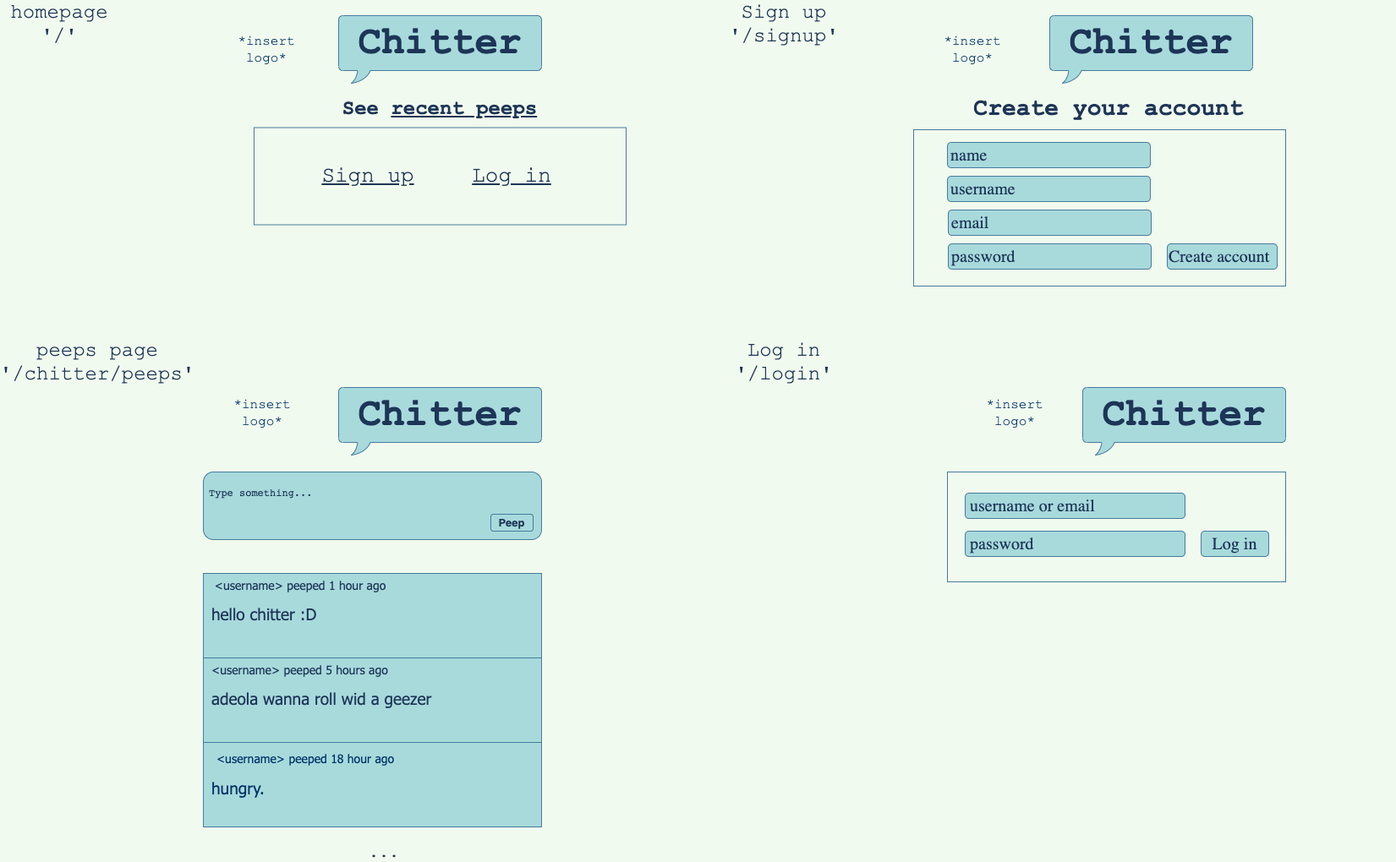
This is images/chitter.png from dfa-projects/chitter-challenge, a draw.io export, as it was before one commit. Source tidied: cells renumbered, new cells last; positions are measured from the earlier drawing's top-left corner, leaving out a move shared by most shapes.
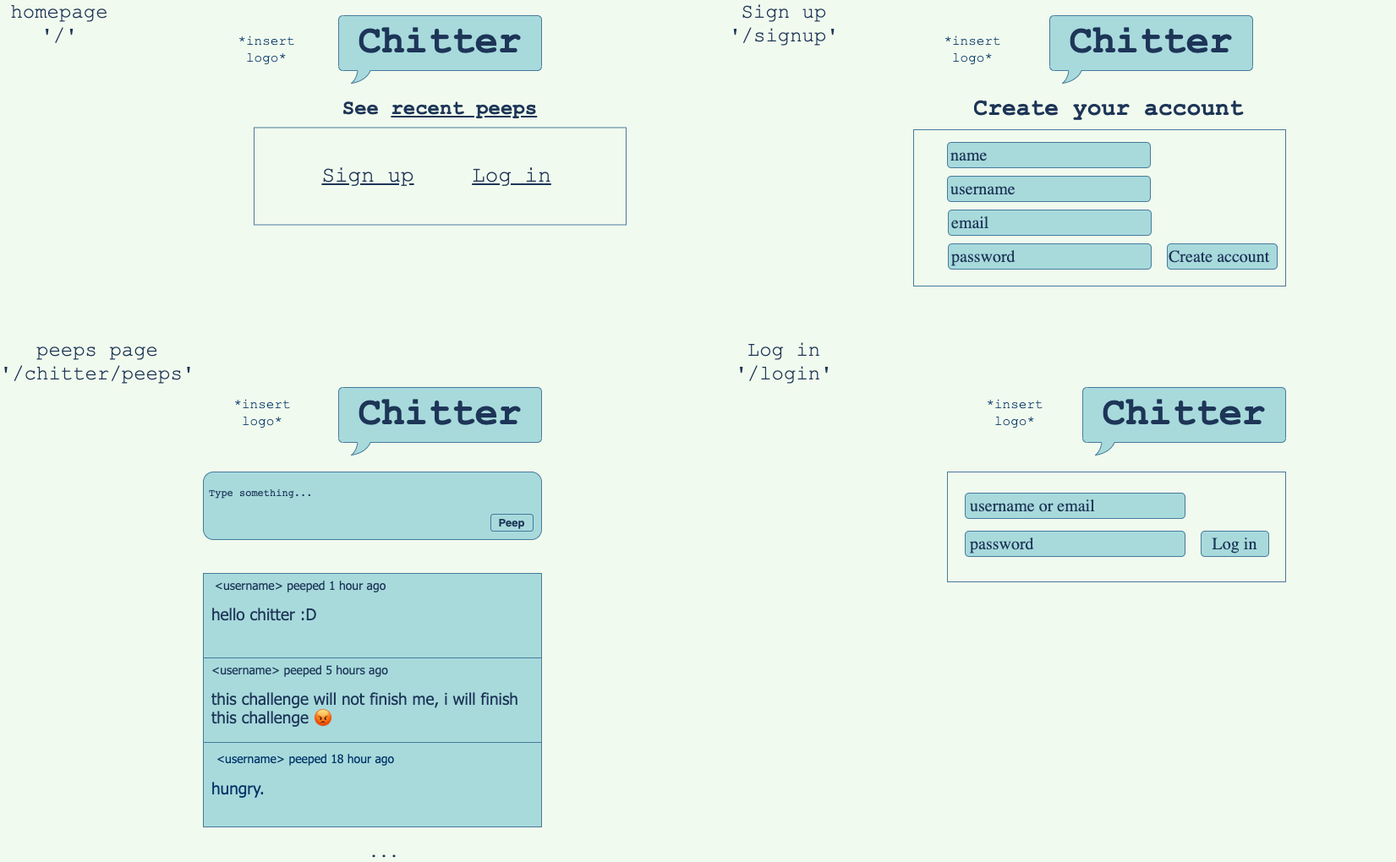
After the commit.

Diff of the diagram source:
```diff
@@ -17,7 +17,7 @@
     <mxCell id="6" value="Peep" style="rounded=1;labelBackgroundColor=none;fontSize=13;fontColor=#1D3557;fontStyle=1;fillColor=#A8DADC;strokeColor=#457B9D;labelBorderColor=none;html=1;whiteSpace=wrap;" parent="1" vertex="1">
       <mxGeometry x="580" y="600" width="50" height="20" as="geometry" />
     </mxCell>
-    <mxCell id="7" value="&lt;font face=&quot;Tahoma&quot;&gt;&lt;font style=&quot;font-size: 14px&quot;&gt;&amp;lt;username&amp;gt; peeped 5 hours ago&lt;/font&gt;&lt;br&gt;&lt;br&gt;&lt;span style=&quot;font-size: 19px&quot;&gt;adeola wanna roll wid a geezer&lt;/span&gt;&lt;br&gt;&lt;/font&gt;" style="rounded=0;html=1;labelBackgroundColor=none;fontColor=#1D3557;verticalAlign=top;align=left;fillColor=#A8DADC;strokeColor=#457B9D;whiteSpace=wrap;labelBorderColor=none;spacingTop=0;spacingLeft=8;spacingRight=1;" parent="1" vertex="1">
+    <mxCell id="7" value="&lt;font face=&quot;Tahoma&quot;&gt;&lt;font style=&quot;font-size: 14px&quot;&gt;&amp;lt;username&amp;gt; peeped 5 hours ago&lt;/font&gt;&lt;br&gt;&lt;br&gt;&lt;span style=&quot;font-size: 19px&quot;&gt;this challenge will not finish me, i will finish this challenge 😡&lt;/span&gt;&lt;br&gt;&lt;/font&gt;" style="rounded=0;html=1;labelBackgroundColor=none;fontColor=#1D3557;verticalAlign=top;align=left;fillColor=#A8DADC;strokeColor=#457B9D;whiteSpace=wrap;labelBorderColor=none;spacingTop=0;spacingLeft=8;spacingRight=1;" parent="1" vertex="1">
       <mxGeometry x="240" y="770" width="400" height="100" as="geometry" />
     </mxCell>
     <mxCell id="8" value="&lt;font color=&quot;#003366&quot; face=&quot;Tahoma&quot;&gt;&lt;font style=&quot;font-size: 19px&quot;&gt;&amp;nbsp;&lt;/font&gt;&lt;font&gt;&lt;font style=&quot;font-size: 14px&quot;&gt;&amp;lt;username&amp;gt; peeped 18 hour ago&lt;/font&gt;&lt;br&gt;&lt;/font&gt;&lt;br&gt;&lt;span style=&quot;font-size: 19px&quot;&gt;hungry.&lt;/span&gt;&lt;br&gt;&lt;/font&gt;" style="rounded=0;html=1;labelBackgroundColor=none;fontColor=#1D3557;verticalAlign=top;align=left;fillColor=#A8DADC;strokeColor=#457B9D;whiteSpace=wrap;labelBorderColor=none;spacingTop=0;spacingLeft=8;spacingRight=6;" parent="1" vertex="1">
```
